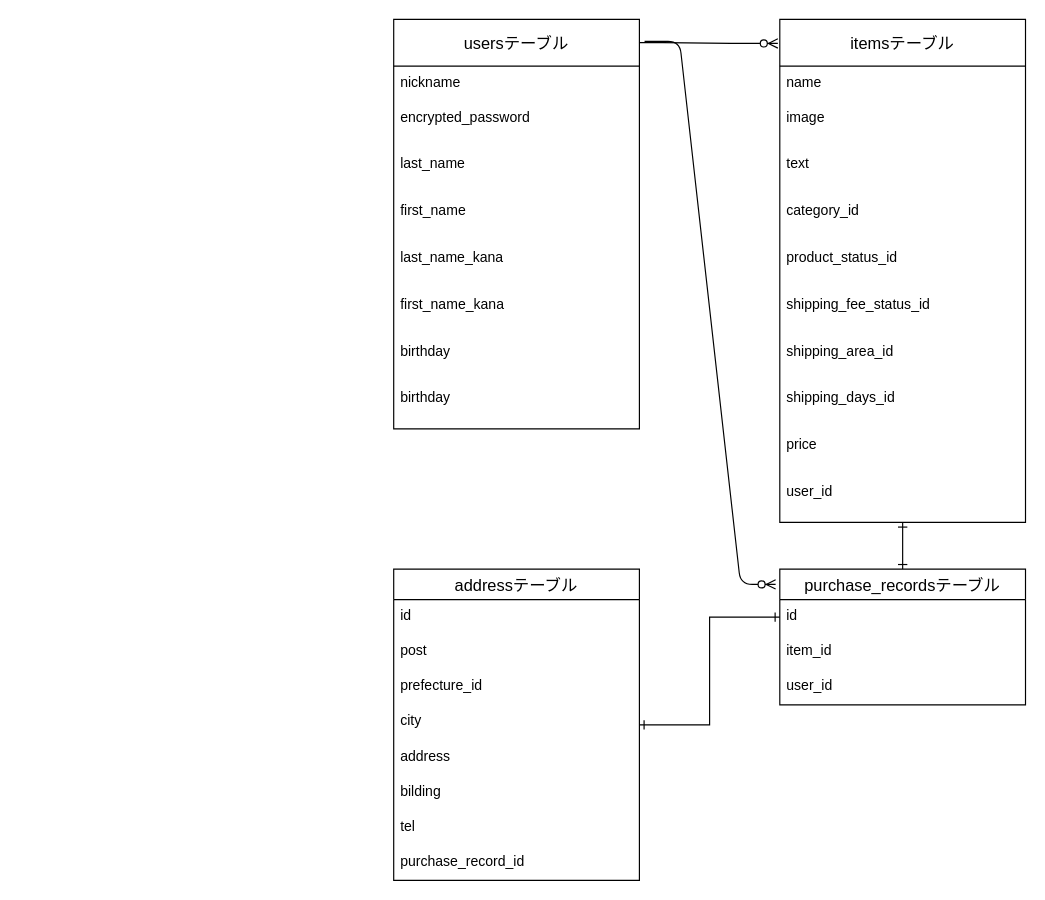
This is furima.dio from fuji0920/furima--28658-, a draw.io file, before an edit. Source tidied: cells renumbered, new cells numbered last; positions are measured from the earlier drawing's top-left corner, leaving out a move shared by most shapes. Both pictures are drawn from the tidied source at 117%, with x=0, y=0 at pixel (393, 19).
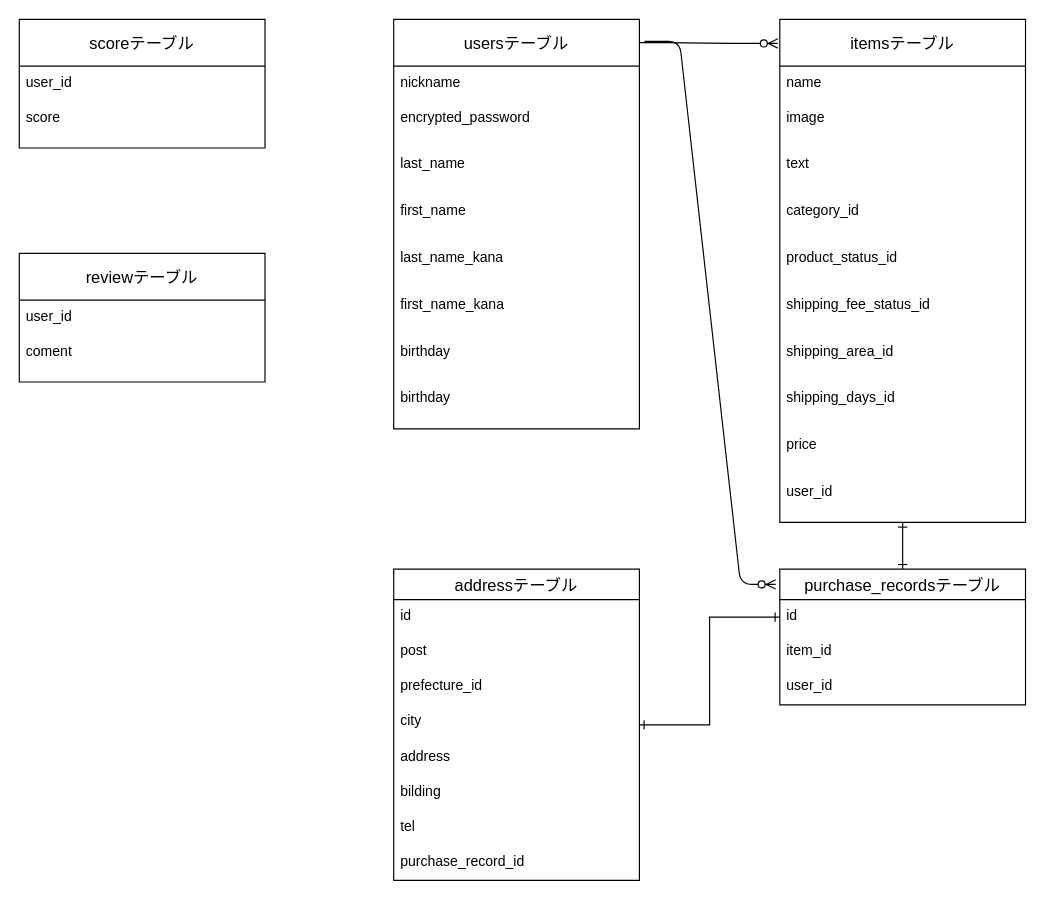
The same page after the edit.

Change to the diagram source:
```diff
@@
+    <mxCell id="39" value="scoreテーブル" style="swimlane;fontStyle=0;horizontal=1;startSize=40;align=center;fontSize=14;" parent="1" vertex="1">
+      <mxGeometry x="-320" width="210" height="110" as="geometry" />
+    </mxCell>
+    <mxCell id="40" value="user_id" style="text;strokeColor=none;fillColor=none;spacingLeft=4;spacingRight=4;overflow=hidden;fontSize=12;" parent="39" vertex="1">
+      <mxGeometry y="40" width="210" height="30" as="geometry" />
+    </mxCell>
+    <mxCell id="41" value="score" style="text;strokeColor=none;fillColor=none;spacingLeft=4;spacingRight=4;overflow=hidden;fontSize=12;" parent="39" vertex="1">
+      <mxGeometry y="70" width="210" height="40" as="geometry" />
+    </mxCell>
+    <mxCell id="42" value="reviewテーブル" style="swimlane;fontStyle=0;horizontal=1;startSize=40;align=center;fontSize=14;" parent="1" vertex="1">
+      <mxGeometry x="-320" y="200" width="210" height="110" as="geometry" />
+    </mxCell>
+    <mxCell id="43" value="user_id" style="text;strokeColor=none;fillColor=none;spacingLeft=4;spacingRight=4;overflow=hidden;fontSize=12;" parent="42" vertex="1">
+      <mxGeometry y="40" width="210" height="30" as="geometry" />
+    </mxCell>
+    <mxCell id="44" value="coment" style="text;strokeColor=none;fillColor=none;spacingLeft=4;spacingRight=4;overflow=hidden;fontSize=12;" parent="42" vertex="1">
+      <mxGeometry y="70" width="210" height="40" as="geometry" />
+    </mxCell>
```
